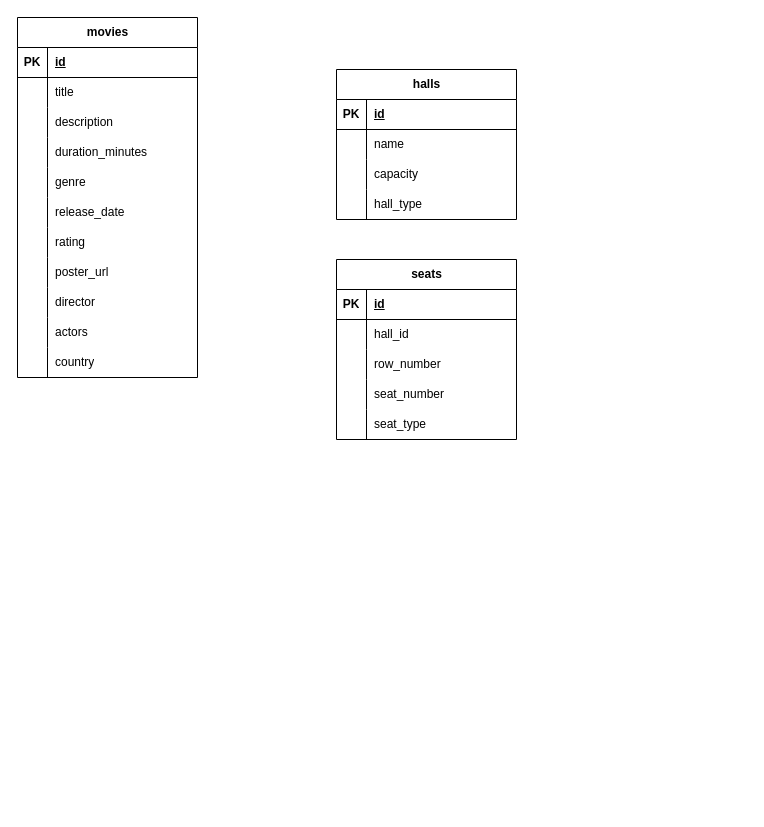
This is ErD.drawio from AcidicAcidity/S_P_O_KR-KP, a draw.io file, before an edit. Source tidied: cells renumbered, new cells numbered last; positions are measured from the earlier drawing's top-left corner, leaving out a move shared by most shapes. Both pictures are drawn from the tidied source at 100%, with x=0, y=0 at pixel (17, 17).
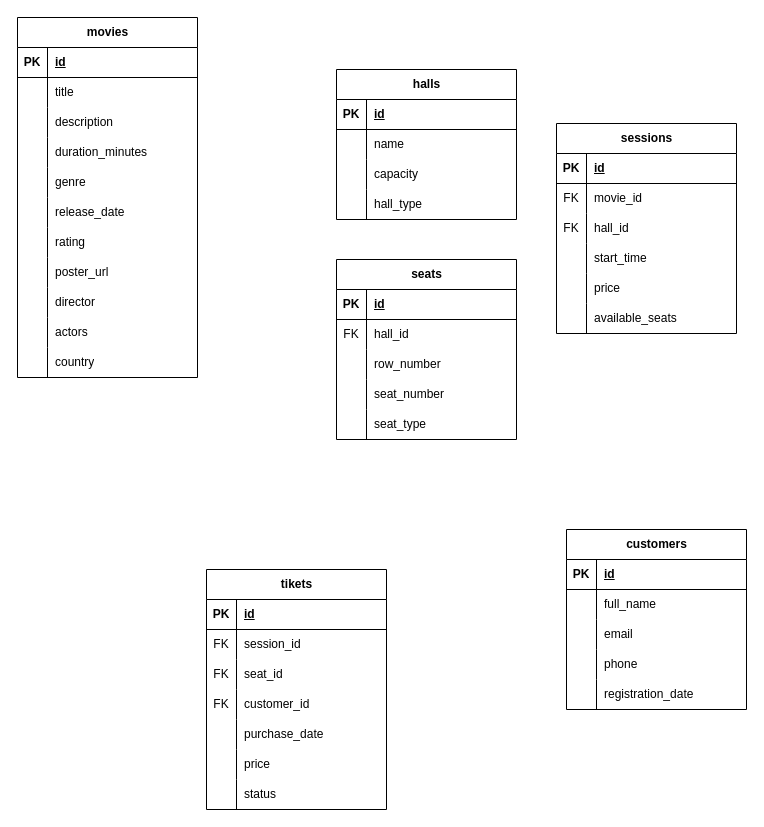
The same page after the edit.

Commit message:
Обновил диаграмму. Добавил оставшиеся таблицы ErD.drawio

Unchanged cells that the change refers to:
```xml
<mxCell id="53" style="shape=tableRow;horizontal=0;startSize=0;swimlaneHead=0;swimlaneBody=0;fillColor=none;top=0;left=0;right=0;bottom=0;" parent="49" vertex="1">
  <mxGeometry y="60" width="180" height="30" as="geometry" />
</mxCell>
```

What changed in the source:
```diff
@@
-    <mxCell id="54" style="shape=partialRectangle;fillColor=none;top=0;left=0;bottom=0;right=0;overflow=hidden;whiteSpace=wrap;html=1;" parent="53" vertex="1">
+    <mxCell id="54" value="FK" style="shape=partialRectangle;fillColor=none;top=0;left=0;bottom=0;right=0;overflow=hidden;whiteSpace=wrap;html=1;" parent="53" vertex="1">
       <mxGeometry width="30" height="30" as="geometry" />
     </mxCell>
@@
+    <mxCell id="65" value="sessions" style="shape=table;startSize=30;childLayout=tableLayout;rowLines=0;fontStyle=1;align=center;html=1;" parent="1" vertex="1">
+      <mxGeometry x="539" y="106" width="180" height="210" as="geometry" />
+    </mxCell>
+    <mxCell id="66" style="shape=tableRow;horizontal=0;startSize=0;swimlaneHead=0;swimlaneBody=0;fillColor=none;top=0;left=0;right=0;bottom=1;" parent="65" vertex="1">
+      <mxGeometry y="30" width="180" height="30" as="geometry" />
+    </mxCell>
+    <mxCell id="67" value="PK" style="shape=partialRectangle;fillColor=none;top=0;left=0;bottom=0;right=0;fontStyle=1;overflow=hidden;whiteSpace=wrap;html=1;" parent="66" vertex="1">
+      <mxGeometry width="30" height="30" as="geometry" />
+    </mxCell>
+    <mxCell id="68" value="id" style="shape=partialRectangle;fillColor=none;top=0;left=0;bottom=0;right=0;align=left;spacingLeft=6;fontStyle=5;overflow=hidden;whiteSpace=wrap;html=1;" parent="66" vertex="1">
+      <mxGeometry x="30" width="150" height="30" as="geometry" />
+    </mxCell>
+    <mxCell id="69" style="shape=tableRow;horizontal=0;startSize=0;swimlaneHead=0;swimlaneBody=0;fillColor=none;top=0;left=0;right=0;bottom=0;" parent="65" vertex="1">
+      <mxGeometry y="60" width="180" height="30" as="geometry" />
+    </mxCell>
+    <mxCell id="70" value="FK" style="shape=partialRectangle;fillColor=none;top=0;left=0;bottom=0;right=0;overflow=hidden;whiteSpace=wrap;html=1;" parent="69" vertex="1">
+      <mxGeometry width="30" height="30" as="geometry" />
+    </mxCell>
+    <mxCell id="71" value="&lt;div&gt;movie_id&lt;/div&gt;" style="shape=partialRectangle;fillColor=none;top=0;left=0;bottom=0;right=0;align=left;spacingLeft=6;overflow=hidden;whiteSpace=wrap;html=1;" parent="69" vertex="1">
+      <mxGeometry x="30" width="150" height="30" as="geometry" />
+    </mxCell>
+    <mxCell id="72" style="shape=tableRow;horizontal=0;startSize=0;swimlaneHead=0;swimlaneBody=0;fillColor=none;top=0;left=0;right=0;bottom=0;" parent="65" vertex="1">
+      <mxGeometry y="90" width="180" height="30" as="geometry" />
+    </mxCell>
+    <mxCell id="73" value="FK" style="shape=partialRectangle;fillColor=none;top=0;left=0;bottom=0;right=0;overflow=hidden;whiteSpace=wrap;html=1;" parent="72" vertex="1">
+      <mxGeometry width="30" height="30" as="geometry" />
+    </mxCell>
+    <mxCell id="74" value="hall_id" style="shape=partialRectangle;fillColor=none;top=0;left=0;bottom=0;right=0;align=left;spacingLeft=6;overflow=hidden;whiteSpace=wrap;html=1;" parent="72" vertex="1">
+      <mxGeometry x="30" width="150" height="30" as="geometry" />
+    </mxCell>
+    <mxCell id="75" style="shape=tableRow;horizontal=0;startSize=0;swimlaneHead=0;swimlaneBody=0;fillColor=none;top=0;left=0;right=0;bottom=0;" parent="65" vertex="1">
+      <mxGeometry y="120" width="180" height="30" as="geometry" />
+    </mxCell>
+    <mxCell id="76" style="shape=partialRectangle;fillColor=none;top=0;left=0;bottom=0;right=0;overflow=hidden;whiteSpace=wrap;html=1;" parent="75" vertex="1">
+      <mxGeometry width="30" height="30" as="geometry" />
+    </mxCell>
+    <mxCell id="77" value="start_time" style="shape=partialRectangle;fillColor=none;top=0;left=0;bottom=0;right=0;align=left;spacingLeft=6;overflow=hidden;whiteSpace=wrap;html=1;" parent="75" vertex="1">
+      <mxGeometry x="30" width="150" height="30" as="geometry" />
+    </mxCell>
+    <mxCell id="78" style="shape=tableRow;horizontal=0;startSize=0;swimlaneHead=0;swimlaneBody=0;fillColor=none;top=0;left=0;right=0;bottom=0;" parent="65" vertex="1">
+      <mxGeometry y="150" width="180" height="30" as="geometry" />
+    </mxCell>
+    <mxCell id="79" style="shape=partialRectangle;fillColor=none;top=0;left=0;bottom=0;right=0;overflow=hidden;whiteSpace=wrap;html=1;" parent="78" vertex="1">
+      <mxGeometry width="30" height="30" as="geometry" />
+    </mxCell>
+    <mxCell id="80" value="&lt;div&gt;price&lt;/div&gt;" style="shape=partialRectangle;fillColor=none;top=0;left=0;bottom=0;right=0;align=left;spacingLeft=6;overflow=hidden;whiteSpace=wrap;html=1;" parent="78" vertex="1">
+      <mxGeometry x="30" width="150" height="30" as="geometry" />
+    </mxCell>
+    <mxCell id="81" style="shape=tableRow;horizontal=0;startSize=0;swimlaneHead=0;swimlaneBody=0;fillColor=none;top=0;left=0;right=0;bottom=0;" parent="65" vertex="1">
+      <mxGeometry y="180" width="180" height="30" as="geometry" />
+    </mxCell>
+    <mxCell id="82" style="shape=partialRectangle;fillColor=none;top=0;left=0;bottom=0;right=0;overflow=hidden;whiteSpace=wrap;html=1;" parent="81" vertex="1">
+      <mxGeometry width="30" height="30" as="geometry" />
+    </mxCell>
+    <mxCell id="83" value="available_seats" style="shape=partialRectangle;fillColor=none;top=0;left=0;bottom=0;right=0;align=left;spacingLeft=6;overflow=hidden;whiteSpace=wrap;html=1;" parent="81" vertex="1">
+      <mxGeometry x="30" width="150" height="30" as="geometry" />
+    </mxCell>
+    <mxCell id="84" value="tikets" style="shape=table;startSize=30;childLayout=tableLayout;rowLines=0;fontStyle=1;align=center;html=1;" parent="1" vertex="1">
+      <mxGeometry x="189" y="552" width="180" height="240" as="geometry" />
+    </mxCell>
+    <mxCell id="85" style="shape=tableRow;horizontal=0;startSize=0;swimlaneHead=0;swimlaneBody=0;fillColor=none;top=0;left=0;right=0;bottom=1;" parent="84" vertex="1">
+      <mxGeometry y="30" width="180" height="30" as="geometry" />
+    </mxCell>
+    <mxCell id="86" value="PK" style="shape=partialRectangle;fillColor=none;top=0;left=0;bottom=0;right=0;fontStyle=1;overflow=hidden;whiteSpace=wrap;html=1;" parent="85" vertex="1">
+      <mxGeometry width="30" height="30" as="geometry" />
+    </mxCell>
+    <mxCell id="87" value="id" style="shape=partialRectangle;fillColor=none;top=0;left=0;bottom=0;right=0;align=left;spacingLeft=6;fontStyle=5;overflow=hidden;whiteSpace=wrap;html=1;" parent="85" vertex="1">
+      <mxGeometry x="30" width="150" height="30" as="geometry" />
+    </mxCell>
+    <mxCell id="88" style="shape=tableRow;horizontal=0;startSize=0;swimlaneHead=0;swimlaneBody=0;fillColor=none;top=0;left=0;right=0;bottom=0;" parent="84" vertex="1">
+      <mxGeometry y="60" width="180" height="30" as="geometry" />
+    </mxCell>
+    <mxCell id="89" value="FK" style="shape=partialRectangle;fillColor=none;top=0;left=0;bottom=0;right=0;overflow=hidden;whiteSpace=wrap;html=1;" parent="88" vertex="1">
+      <mxGeometry width="30" height="30" as="geometry" />
+    </mxCell>
+    <mxCell id="90" value="session_id" style="shape=partialRectangle;fillColor=none;top=0;left=0;bottom=0;right=0;align=left;spacingLeft=6;overflow=hidden;whiteSpace=wrap;html=1;" parent="88" vertex="1">
+      <mxGeometry x="30" width="150" height="30" as="geometry" />
+    </mxCell>
+    <mxCell id="91" style="shape=tableRow;horizontal=0;startSize=0;swimlaneHead=0;swimlaneBody=0;fillColor=none;top=0;left=0;right=0;bottom=0;" parent="84" vertex="1">
+      <mxGeometry y="90" width="180" height="30" as="geometry" />
+    </mxCell>
+    <mxCell id="92" value="FK" style="shape=partialRectangle;fillColor=none;top=0;left=0;bottom=0;right=0;overflow=hidden;whiteSpace=wrap;html=1;" parent="91" vertex="1">
+      <mxGeometry width="30" height="30" as="geometry" />
+    </mxCell>
+    <mxCell id="93" value="&lt;div&gt;seat_id&lt;/div&gt;" style="shape=partialRectangle;fillColor=none;top=0;left=0;bottom=0;right=0;align=left;spacingLeft=6;overflow=hidden;whiteSpace=wrap;html=1;" parent="91" vertex="1">
+      <mxGeometry x="30" width="150" height="30" as="geometry" />
+    </mxCell>
+    <mxCell id="94" style="shape=tableRow;horizontal=0;startSize=0;swimlaneHead=0;swimlaneBody=0;fillColor=none;top=0;left=0;right=0;bottom=0;" parent="84" vertex="1">
+      <mxGeometry y="120" width="180" height="30" as="geometry" />
+    </mxCell>
+    <mxCell id="95" value="FK" style="shape=partialRectangle;fillColor=none;top=0;left=0;bottom=0;right=0;overflow=hidden;whiteSpace=wrap;html=1;" parent="94" vertex="1">
+      <mxGeometry width="30" height="30" as="geometry" />
+    </mxCell>
+    <mxCell id="96" value="&lt;div&gt;customer_id&lt;/div&gt;" style="shape=partialRectangle;fillColor=none;top=0;left=0;bottom=0;right=0;align=left;spacingLeft=6;overflow=hidden;whiteSpace=wrap;html=1;" parent="94" vertex="1">
+      <mxGeometry x="30" width="150" height="30" as="geometry" />
+    </mxCell>
+    <mxCell id="97" style="shape=tableRow;horizontal=0;startSize=0;swimlaneHead=0;swimlaneBody=0;fillColor=none;top=0;left=0;right=0;bottom=0;" parent="84" vertex="1">
+      <mxGeometry y="150" width="180" height="30" as="geometry" />
+    </mxCell>
+    <mxCell id="98" style="shape=partialRectangle;fillColor=none;top=0;left=0;bottom=0;right=0;overflow=hidden;whiteSpace=wrap;html=1;" parent="97" vertex="1">
+      <mxGeometry width="30" height="30" as="geometry" />
+    </mxCell>
+    <mxCell id="99" value="purchase_date" style="shape=partialRectangle;fillColor=none;top=0;left=0;bottom=0;right=0;align=left;spacingLeft=6;overflow=hidden;whiteSpace=wrap;html=1;" parent="97" vertex="1">
+      <mxGeometry x="30" width="150" height="30" as="geometry" />
+    </mxCell>
+    <mxCell id="100" style="shape=tableRow;horizontal=0;startSize=0;swimlaneHead=0;swimlaneBody=0;fillColor=none;top=0;left=0;right=0;bottom=0;" parent="84" vertex="1">
+      <mxGeometry y="180" width="180" height="30" as="geometry" />
+    </mxCell>
+    <mxCell id="101" style="shape=partialRectangle;fillColor=none;top=0;left=0;bottom=0;right=0;overflow=hidden;whiteSpace=wrap;html=1;" parent="100" vertex="1">
+      <mxGeometry width="30" height="30" as="geometry" />
+    </mxCell>
+    <mxCell id="102" value="price" style="shape=partialRectangle;fillColor=none;top=0;left=0;bottom=0;right=0;align=left;spacingLeft=6;overflow=hidden;whiteSpace=wrap;html=1;" parent="100" vertex="1">
+      <mxGeometry x="30" width="150" height="30" as="geometry" />
+    </mxCell>
+    <mxCell id="103" style="shape=tableRow;horizontal=0;startSize=0;swimlaneHead=0;swimlaneBody=0;fillColor=none;top=0;left=0;right=0;bottom=0;" parent="84" vertex="1">
+      <mxGeometry y="210" width="180" height="30" as="geometry" />
+    </mxCell>
+    <mxCell id="104" style="shape=partialRectangle;fillColor=none;top=0;left=0;bottom=0;right=0;overflow=hidden;whiteSpace=wrap;html=1;" parent="103" vertex="1">
+      <mxGeometry width="30" height="30" as="geometry" />
+    </mxCell>
+    <mxCell id="105" value="status" style="shape=partialRectangle;fillColor=none;top=0;left=0;bottom=0;right=0;align=left;spacingLeft=6;overflow=hidden;whiteSpace=wrap;html=1;" parent="103" vertex="1">
+      <mxGeometry x="30" width="150" height="30" as="geometry" />
+    </mxCell>
+    <mxCell id="106" value="customers" style="shape=table;startSize=30;childLayout=tableLayout;rowLines=0;fontStyle=1;align=center;html=1;" parent="1" vertex="1">
+      <mxGeometry x="549" y="512" width="180" height="180" as="geometry" />
+    </mxCell>
+    <mxCell id="107" style="shape=tableRow;horizontal=0;startSize=0;swimlaneHead=0;swimlaneBody=0;fillColor=none;top=0;left=0;right=0;bottom=1;" parent="106" vertex="1">
+      <mxGeometry y="30" width="180" height="30" as="geometry" />
+    </mxCell>
+    <mxCell id="108" value="PK" style="shape=partialRectangle;fillColor=none;top=0;left=0;bottom=0;right=0;fontStyle=1;overflow=hidden;whiteSpace=wrap;html=1;" parent="107" vertex="1">
+      <mxGeometry width="30" height="30" as="geometry" />
+    </mxCell>
+    <mxCell id="109" value="id" style="shape=partialRectangle;fillColor=none;top=0;left=0;bottom=0;right=0;align=left;spacingLeft=6;fontStyle=5;overflow=hidden;whiteSpace=wrap;html=1;" parent="107" vertex="1">
+      <mxGeometry x="30" width="150" height="30" as="geometry" />
+    </mxCell>
+    <mxCell id="110" style="shape=tableRow;horizontal=0;startSize=0;swimlaneHead=0;swimlaneBody=0;fillColor=none;top=0;left=0;right=0;bottom=0;" parent="106" vertex="1">
+      <mxGeometry y="60" width="180" height="30" as="geometry" />
+    </mxCell>
+    <mxCell id="111" style="shape=partialRectangle;fillColor=none;top=0;left=0;bottom=0;right=0;overflow=hidden;whiteSpace=wrap;html=1;" parent="110" vertex="1">
+      <mxGeometry width="30" height="30" as="geometry" />
+    </mxCell>
+    <mxCell id="112" value="full_name" style="shape=partialRectangle;fillColor=none;top=0;left=0;bottom=0;right=0;align=left;spacingLeft=6;overflow=hidden;whiteSpace=wrap;html=1;" parent="110" vertex="1">
+      <mxGeometry x="30" width="150" height="30" as="geometry" />
+    </mxCell>
+    <mxCell id="113" style="shape=tableRow;horizontal=0;startSize=0;swimlaneHead=0;swimlaneBody=0;fillColor=none;top=0;left=0;right=0;bottom=0;" parent="106" vertex="1">
+      <mxGeometry y="90" width="180" height="30" as="geometry" />
+    </mxCell>
+    <mxCell id="114" style="shape=partialRectangle;fillColor=none;top=0;left=0;bottom=0;right=0;overflow=hidden;whiteSpace=wrap;html=1;" parent="113" vertex="1">
+      <mxGeometry width="30" height="30" as="geometry" />
+    </mxCell>
+    <mxCell id="115" value="email" style="shape=partialRectangle;fillColor=none;top=0;left=0;bottom=0;right=0;align=left;spacingLeft=6;overflow=hidden;whiteSpace=wrap;html=1;" parent="113" vertex="1">
+      <mxGeometry x="30" width="150" height="30" as="geometry" />
+    </mxCell>
+    <mxCell id="116" style="shape=tableRow;horizontal=0;startSize=0;swimlaneHead=0;swimlaneBody=0;fillColor=none;top=0;left=0;right=0;bottom=0;" parent="106" vertex="1">
+      <mxGeometry y="120" width="180" height="30" as="geometry" />
+    </mxCell>
+    <mxCell id="117" style="shape=partialRectangle;fillColor=none;top=0;left=0;bottom=0;right=0;overflow=hidden;whiteSpace=wrap;html=1;" parent="116" vertex="1">
+      <mxGeometry width="30" height="30" as="geometry" />
+    </mxCell>
+    <mxCell id="118" value="&lt;div&gt;phone&lt;/div&gt;" style="shape=partialRectangle;fillColor=none;top=0;left=0;bottom=0;right=0;align=left;spacingLeft=6;overflow=hidden;whiteSpace=wrap;html=1;" parent="116" vertex="1">
+      <mxGeometry x="30" width="150" height="30" as="geometry" />
+    </mxCell>
+    <mxCell id="119" style="shape=tableRow;horizontal=0;startSize=0;swimlaneHead=0;swimlaneBody=0;fillColor=none;top=0;left=0;right=0;bottom=0;" parent="106" vertex="1">
+      <mxGeometry y="150" width="180" height="30" as="geometry" />
+    </mxCell>
+    <mxCell id="120" style="shape=partialRectangle;fillColor=none;top=0;left=0;bottom=0;right=0;overflow=hidden;whiteSpace=wrap;html=1;" parent="119" vertex="1">
+      <mxGeometry width="30" height="30" as="geometry" />
+    </mxCell>
+    <mxCell id="121" value="registration_date" style="shape=partialRectangle;fillColor=none;top=0;left=0;bottom=0;right=0;align=left;spacingLeft=6;overflow=hidden;whiteSpace=wrap;html=1;" parent="119" vertex="1">
+      <mxGeometry x="30" width="150" height="30" as="geometry" />
+    </mxCell>
```
